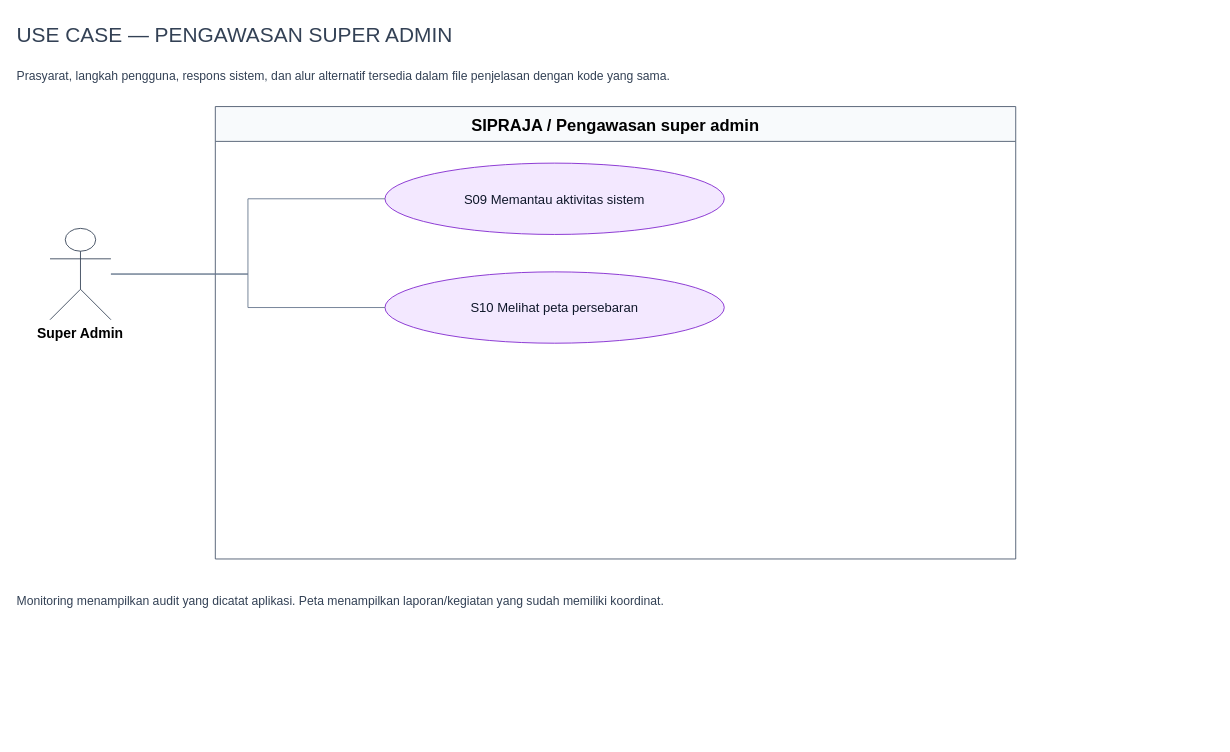
Above: page "08 - Pengawasan super admin" (8 of 8) of docs/SIPRAJA-use-case.drawio in Samuel-smr/Satpolpp (draw.io), before the change. Source tidied: cells renumbered, new cells numbered last; positions are measured from the earlier drawing's top-left corner, leaving out a move shared by most shapes. Both pictures are drawn from the tidied source at 87%, with x=0, y=0 at pixel (15, 15).
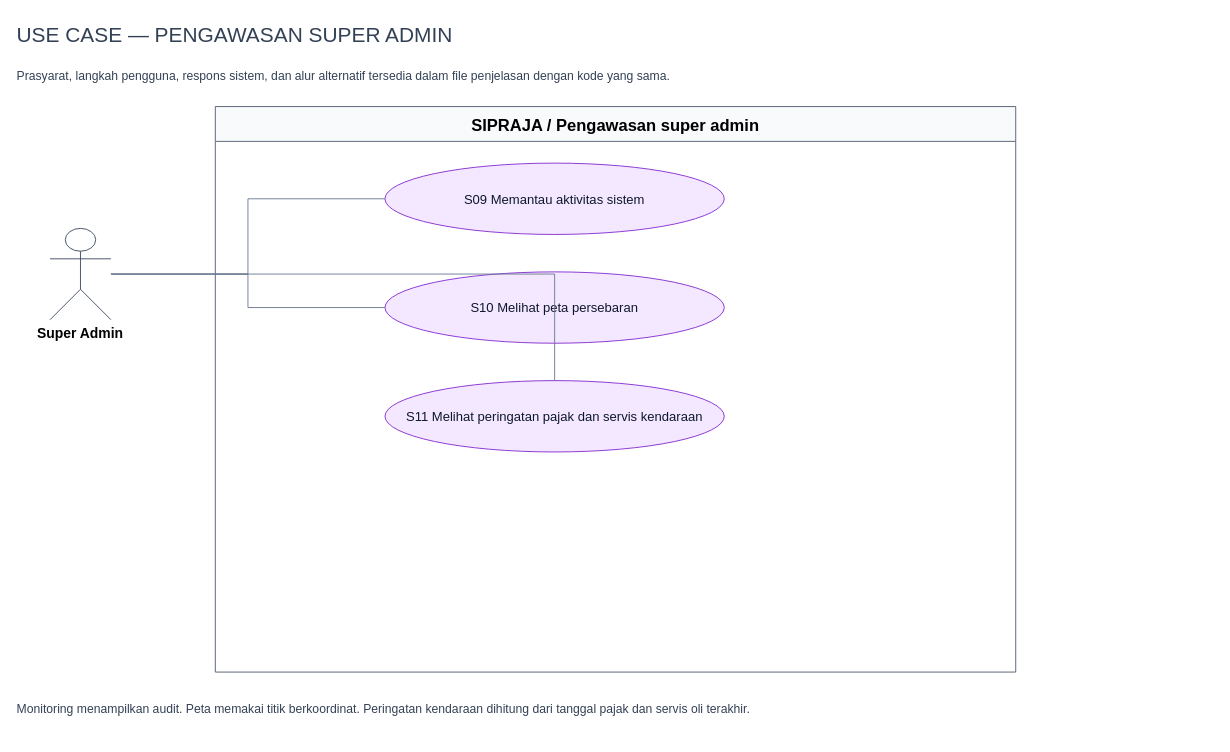
Above is the later version.

Diff of the diagram source:
```diff
@@
 <mxGraphModel>
   <root>
     <mxCell id="0" />
     <mxCell id="1" parent="0" />
     <mxCell id="2" value="USE CASE — PENGAWASAN SUPER ADMIN" style="text;html=0;whiteSpace=wrap;align=left;verticalAlign=middle;fontSize=24;fontColor=#334155;" parent="1" vertex="1">
       <mxGeometry width="1380" height="45" as="geometry" />
     </mxCell>
     <mxCell id="3" value="Prasyarat, langkah pengguna, respons sistem, dan alur alternatif tersedia dalam file penjelasan dengan kode yang sama." style="text;html=0;whiteSpace=wrap;align=left;verticalAlign=middle;fontSize=14;fontColor=#334155;" parent="1" vertex="1">
       <mxGeometry y="50" width="1380" height="40" as="geometry" />
     </mxCell>
     <mxCell id="4" value="SIPRAJA / Pengawasan super admin" style="swimlane;startSize=40;horizontal=1;html=0;fillColor=#f8fafc;swimlaneFillColor=#ffffff;strokeColor=#475569;fontSize=19;fontStyle=1;" parent="1" vertex="1">
-      <mxGeometry x="230" y="105" width="920" height="520" as="geometry" />
+      <mxGeometry x="230" y="105" width="920" height="650" as="geometry" />
     </mxCell>
     <mxCell id="5" value="Super Admin" style="shape=umlActor;verticalLabelPosition=bottom;verticalAlign=top;html=0;outlineConnect=0;fontSize=16;fontStyle=1;strokeColor=#334155;fillColor=#ffffff;" parent="1" vertex="1">
       <mxGeometry x="40" y="245" width="70" height="105" as="geometry" />
     </mxCell>
     <mxCell id="6" value="S09 Memantau aktivitas sistem" style="ellipse;whiteSpace=wrap;html=0;fontSize=15;spacing=10;fillColor=#f3e8ff;strokeColor=#7e22ce;fontColor=#0f172a;" parent="1" vertex="1">
       <mxGeometry x="425" y="170" width="390" height="82" as="geometry" />
     </mxCell>
     <mxCell id="7" value="S10 Melihat peta persebaran" style="ellipse;whiteSpace=wrap;html=0;fontSize=15;spacing=10;fillColor=#f3e8ff;strokeColor=#7e22ce;fontColor=#0f172a;" parent="1" vertex="1">
       <mxGeometry x="425" y="295" width="390" height="82" as="geometry" />
     </mxCell>
-    <mxCell id="8" value="Monitoring menampilkan audit yang dicatat aplikasi. Peta menampilkan laporan/kegiatan yang sudah memiliki koordinat." style="text;html=0;whiteSpace=wrap;align=left;verticalAlign=middle;fontSize=14;fontColor=#334155;" parent="1" vertex="1">
-      <mxGeometry y="640" width="1370" height="65" as="geometry" />
+    <mxCell id="8" value="Monitoring menampilkan audit. Peta memakai titik berkoordinat. Peringatan kendaraan dihitung dari tanggal pajak dan servis oli terakhir." style="text;html=0;whiteSpace=wrap;align=left;verticalAlign=middle;fontSize=14;fontColor=#334155;" parent="1" vertex="1">
+      <mxGeometry y="765" width="1370" height="65" as="geometry" />
     </mxCell>
     <mxCell id="9" style="edgeStyle=orthogonalEdgeStyle;rounded=0;html=0;endArrow=none;endFill=0;dashed=0;strokeColor=#64748b;fontSize=12;labelBackgroundColor=#ffffff;" parent="1" edge="1" source="5" target="6">
       <mxGeometry relative="1" as="geometry" />
     </mxCell>
     <mxCell id="10" style="edgeStyle=orthogonalEdgeStyle;rounded=0;html=0;endArrow=none;endFill=0;dashed=0;strokeColor=#64748b;fontSize=12;labelBackgroundColor=#ffffff;" parent="1" edge="1" source="5" target="7">
       <mxGeometry relative="1" as="geometry" />
     </mxCell>
+    <mxCell id="11" value="S11 Melihat peringatan pajak dan servis kendaraan" style="ellipse;whiteSpace=wrap;html=0;fontSize=15;spacing=10;fillColor=#f3e8ff;strokeColor=#7e22ce;fontColor=#0f172a;" parent="1" vertex="1">
+      <mxGeometry x="425" y="420" width="390" height="82" as="geometry" />
+    </mxCell>
+    <mxCell id="12" style="edgeStyle=orthogonalEdgeStyle;rounded=0;html=0;endArrow=none;endFill=0;dashed=0;strokeColor=#64748b;fontSize=12;labelBackgroundColor=#ffffff;" parent="1" edge="1" source="5" target="11">
+      <mxGeometry relative="1" as="geometry" />
+    </mxCell>
   </root>
 </mxGraphModel>
```
